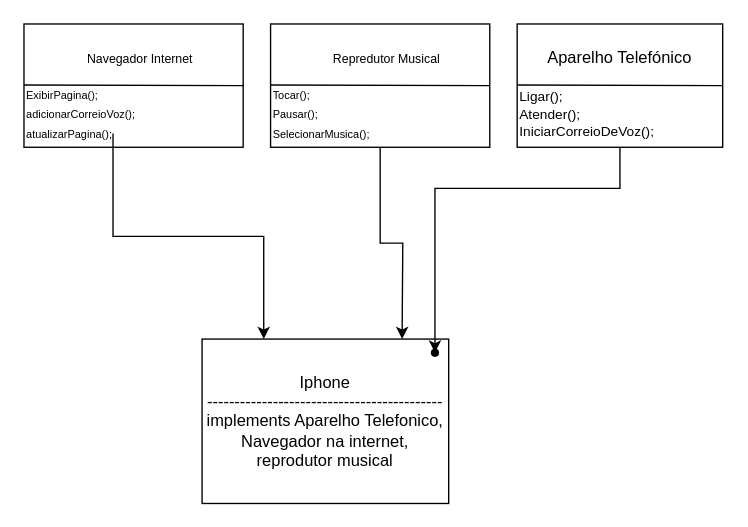
Before: Diagrama sem nome.drawio in lauron15/IPHONEumlProject, a draw.io diagram. Source tidied: cells renumbered, new cells numbered last; positions are measured from the earlier drawing's top-left corner, leaving out a move shared by most shapes. Both pictures are drawn from the tidied source at 137%, with x=0, y=0 at pixel (23, 23).
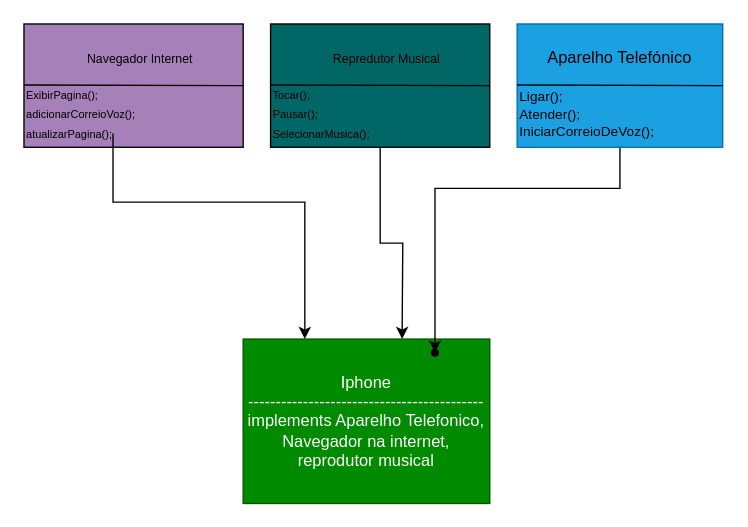
After the change.

Unchanged cells that the change refers to:
```xml
<mxCell id="17" value="&lt;font style=&quot;font-size: 8px;&quot;&gt;ExibirPagina();&lt;/font&gt;&lt;div&gt;&lt;font style=&quot;font-size: 8px;&quot;&gt;adicionarCorreioVoz();&lt;/font&gt;&lt;/div&gt;&lt;div&gt;&lt;font style=&quot;font-size: 8px;&quot;&gt;atualizarPagina();&lt;/font&gt;&lt;/div&gt;" style="text;html=1;align=left;verticalAlign=middle;whiteSpace=wrap;rounded=0;" parent="1" vertex="1">
  <mxGeometry y="50" width="130" height="30" as="geometry" />
</mxCell>
```

What changed in the source:
```diff
@@
-    <mxCell id="2" value="Iphone&lt;div&gt;-------------------------------------------&lt;/div&gt;&lt;div&gt;implements Aparelho Telefonico, Navegador na internet, reprodutor musical&lt;/div&gt;" style="rounded=0;whiteSpace=wrap;html=1;" parent="1" vertex="1">
-      <mxGeometry x="130" y="230" width="180" height="120" as="geometry" />
+    <mxCell id="2" value="Iphone&lt;div&gt;-------------------------------------------&lt;/div&gt;&lt;div&gt;implements Aparelho Telefonico, Navegador na internet, reprodutor musical&lt;/div&gt;" style="rounded=0;whiteSpace=wrap;html=1;fillColor=#008a00;strokeColor=#005700;fontColor=#ffffff;" parent="1" vertex="1">
+      <mxGeometry x="160" y="230" width="180" height="120" as="geometry" />
     </mxCell>
@@
-    <mxCell id="4" style="rounded=0;whiteSpace=wrap;html=1;" parent="1" vertex="1">
+    <mxCell id="4" style="rounded=0;whiteSpace=wrap;html=1;fillColor=#006666;" parent="1" vertex="1">
       <mxGeometry x="180" width="160" height="90" as="geometry" />
     </mxCell>
@@
-    <mxCell id="9" style="rounded=0;whiteSpace=wrap;html=1;" parent="1" vertex="1">
+    <mxCell id="9" style="rounded=0;whiteSpace=wrap;html=1;fillColor=#1ba1e2;fontColor=#ffffff;strokeColor=#006EAF;" parent="1" vertex="1">
       <mxGeometry x="360" width="150" height="90" as="geometry" />
     </mxCell>
@@
-    <mxCell id="13" style="rounded=0;whiteSpace=wrap;html=1;" parent="1" vertex="1">
+    <mxCell id="13" style="rounded=0;whiteSpace=wrap;html=1;fillColor=#A680B8;" parent="1" vertex="1">
       <mxGeometry width="160" height="90" as="geometry" />
     </mxCell>
@@
     <mxCell id="16" style="edgeStyle=orthogonalEdgeStyle;rounded=0;jettySize=auto;html=1;entryX=0.25;entryY=0;entryDx=0;entryDy=0;" parent="1" edge="1" source="17" target="2">
-      <mxGeometry relative="1" as="geometry" />
+      <mxGeometry relative="1" as="geometry">
+        <Array as="points">
+          <mxPoint x="65" y="130" />
+          <mxPoint x="205" y="130" />
+        </Array>
+      </mxGeometry>
     </mxCell>
```
